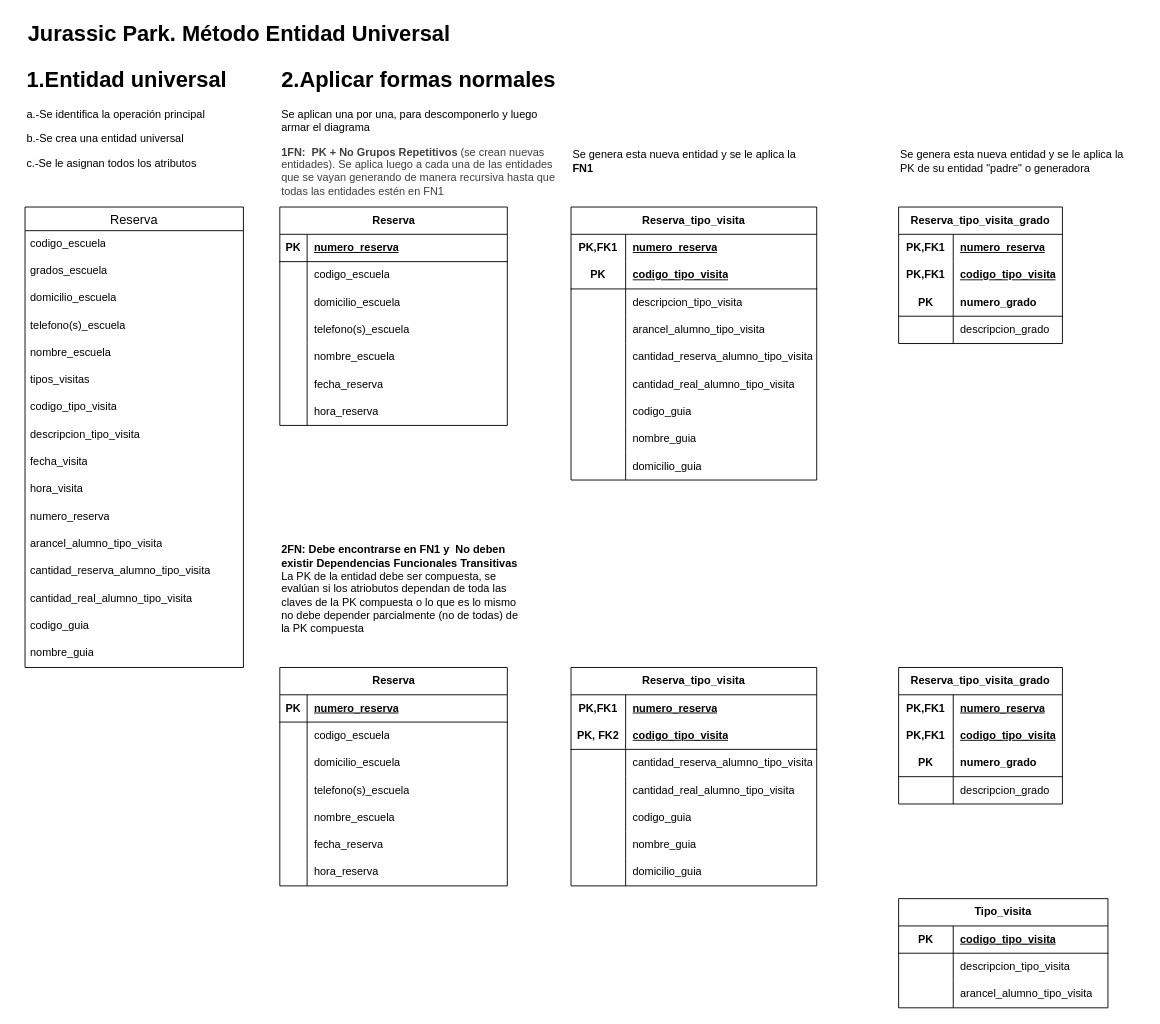
Before: actividades/jurassic.drawio in alexballera/bbdd-tgad-fce, a draw.io diagram. Source tidied: cells renumbered, new cells numbered last; positions are measured from the earlier drawing's top-left corner, leaving out a move shared by most shapes. Both pictures are drawn from the tidied source at 91%, with x=0, y=0 at pixel (15, 15).
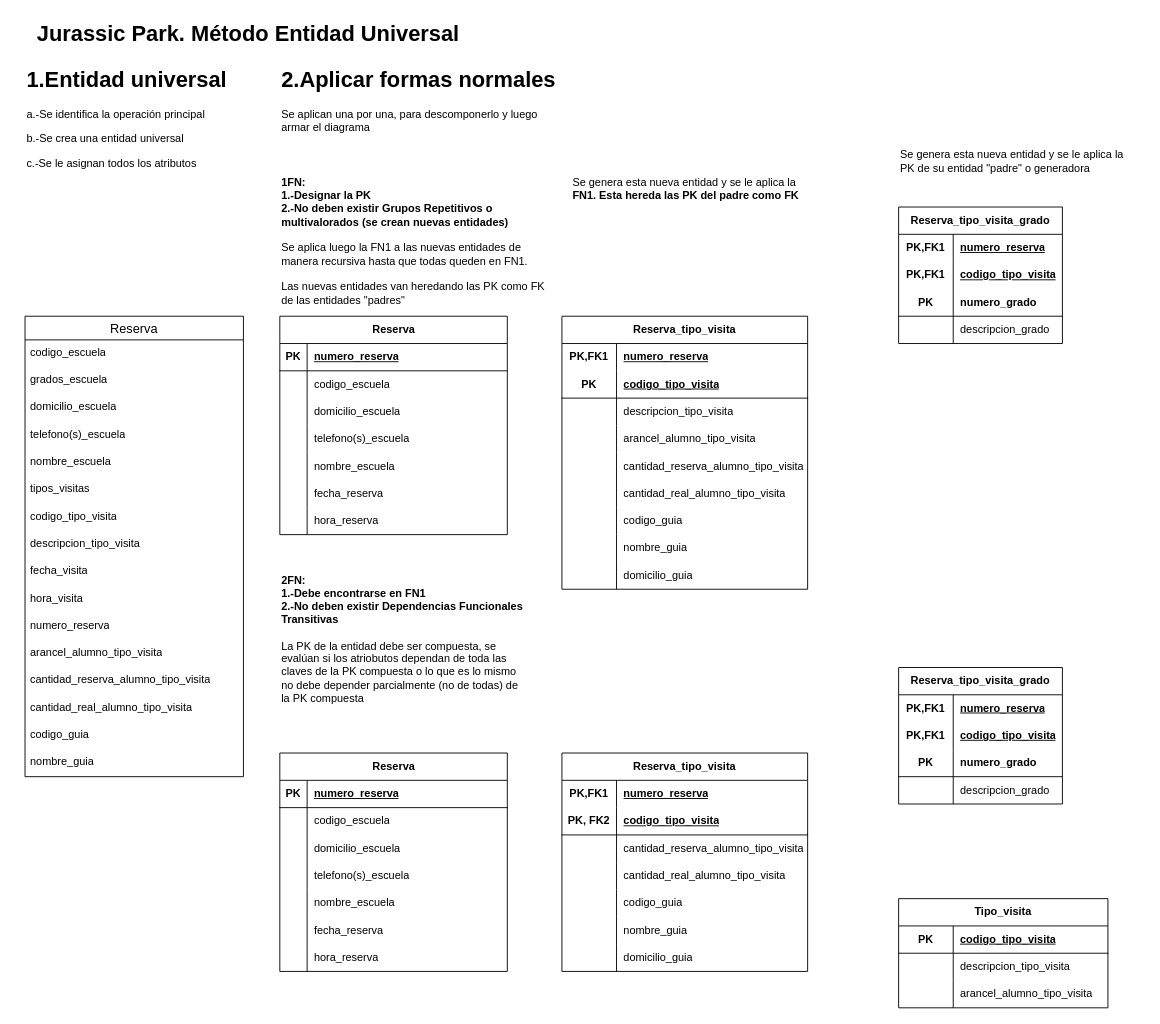
After the change.

Commit message:
Implement feature X to enhance user experience and fix bug Y in module Z

The edit, as a diff of the source:
```diff
@@
     <mxCell id="2" value="Jurassic Park. Método Entidad Universal" style="text;strokeColor=none;fillColor=none;html=1;fontSize=24;fontStyle=1;verticalAlign=middle;align=center;" parent="1" vertex="1">
-      <mxGeometry width="490" height="40" as="geometry" />
+      <mxGeometry x="10" width="490" height="40" as="geometry" />
     </mxCell>
     <mxCell id="3" value="Reserva" style="swimlane;fontStyle=0;horizontal=1;startSize=26;align=center;fontSize=14;" parent="1" vertex="1">
-      <mxGeometry x="10" y="210" width="240" height="506" as="geometry" />
+      <mxGeometry x="10" y="330" width="240" height="506" as="geometry" />
     </mxCell>
@@
-    <mxCell id="23" value="&lt;h1 style=&quot;margin-top: 0px;&quot;&gt;2.Aplicar formas normales&lt;/h1&gt;&lt;p&gt;Se aplican una por una, para descomponerlo y luego armar el diagrama&lt;/p&gt;&lt;p&gt;&lt;b style=&quot;color: rgb(63, 63, 63); background-color: transparent;&quot;&gt;1FN:&amp;nbsp; &lt;/b&gt;&lt;span style=&quot;color: rgb(63, 63, 63); background-color: transparent;&quot;&gt;&lt;b&gt;PK + No Grupos Repetitivos&lt;/b&gt; (se crean nuevas entidades). Se aplica luego a cada una de las entidades que se vayan generando de manera recursiva hasta que todas las entidades estén en FN1&lt;/span&gt;&lt;/p&gt;&lt;p&gt;&lt;br&gt;&lt;/p&gt;" style="text;html=1;whiteSpace=wrap;overflow=hidden;rounded=0;" parent="1" vertex="1">
-      <mxGeometry x="290" y="50" width="310" height="160" as="geometry" />
+    <mxCell id="23" value="&lt;h1 style=&quot;margin-top: 0px;&quot;&gt;2.Aplicar formas normales&lt;/h1&gt;&lt;p&gt;Se aplican una por una, para descomponerlo y luego armar el diagrama&lt;/p&gt;" style="text;html=1;whiteSpace=wrap;overflow=hidden;rounded=0;" parent="1" vertex="1">
+      <mxGeometry x="290" y="50" width="310" height="80" as="geometry" />
     </mxCell>
     <mxCell id="24" value="Reserva" style="shape=table;startSize=30;childLayout=tableLayout;rowLines=0;fontStyle=1;align=center;html=1;" parent="1" vertex="1">
-      <mxGeometry x="290" y="210" width="250" height="240" as="geometry" />
+      <mxGeometry x="290" y="330" width="250" height="240" as="geometry" />
     </mxCell>
@@
     <mxCell id="46" value="Reserva_tipo_visita" style="shape=table;startSize=30;childLayout=tableLayout;rowLines=0;fontStyle=1;align=center;html=1;whiteSpace=wrap;" parent="1" vertex="1">
-      <mxGeometry x="610" y="210" width="270" height="300" as="geometry" />
+      <mxGeometry x="600" y="330" width="270" height="300" as="geometry" />
     </mxCell>
@@
-    <mxCell id="87" value="Se genera esta nueva entidad y se le aplica la&lt;div&gt;&lt;b&gt;FN1&lt;/b&gt;&lt;/div&gt;" style="text;html=1;align=left;verticalAlign=middle;strokeColor=none;fillColor=none;" parent="1" vertex="1">
-      <mxGeometry x="610" y="140" width="270" height="40" as="geometry" />
+    <mxCell id="87" value="Se genera esta nueva entidad y se le aplica la&lt;div&gt;&lt;b&gt;FN1. Esta hereda las PK del padre como FK&lt;/b&gt;&lt;/div&gt;" style="text;html=1;align=left;verticalAlign=middle;strokeColor=none;fillColor=none;" parent="1" vertex="1">
+      <mxGeometry x="610" y="170" width="270" height="40" as="geometry" />
     </mxCell>
@@
-    <mxCell id="89" value="&lt;b&gt;2FN: Debe encontrarse en FN1 y&amp;nbsp; No deben existir Dependencias Funcionales Transitivas&lt;/b&gt;&lt;div&gt;La PK de la entidad debe ser compuesta, se evalúan si los atriobutos dependan de toda las claves de la PK compuesta o lo que es lo mismo no debe depender parcialmente (no de todas) de la PK compuesta&lt;/div&gt;" style="text;html=1;align=left;verticalAlign=middle;whiteSpace=wrap;rounded=0;" parent="1" vertex="1">
-      <mxGeometry x="290" y="570" width="270" height="120" as="geometry" />
+    <mxCell id="89" value="&lt;b&gt;2FN:&lt;/b&gt;&lt;div&gt;&lt;b&gt;1.-Debe encontrarse en FN1&lt;/b&gt;&lt;/div&gt;&lt;div&gt;&lt;b&gt;2.-No deben existir Dependencias Funcionales Transitivas&lt;/b&gt;&lt;/div&gt;&lt;div&gt;&lt;b&gt;&lt;br&gt;&lt;/b&gt;&lt;div&gt;La PK de la entidad debe ser compuesta, se evalúan si los atriobutos dependan de toda las claves de la PK compuesta o lo que es lo mismo no debe depender parcialmente (no de todas) de la PK compuesta&lt;/div&gt;&lt;/div&gt;" style="text;html=1;align=left;verticalAlign=middle;whiteSpace=wrap;rounded=0;" parent="1" vertex="1">
+      <mxGeometry x="290" y="610" width="270" height="150" as="geometry" />
     </mxCell>
     <mxCell id="90" value="Reserva" style="shape=table;startSize=30;childLayout=tableLayout;rowLines=0;fontStyle=1;align=center;html=1;" parent="1" vertex="1">
-      <mxGeometry x="290" y="716" width="250" height="240" as="geometry" />
+      <mxGeometry x="290" y="810" width="250" height="240" as="geometry" />
     </mxCell>
@@
     <mxCell id="112" value="Reserva_tipo_visita" style="shape=table;startSize=30;childLayout=tableLayout;rowLines=0;fontStyle=1;align=center;html=1;whiteSpace=wrap;" parent="1" vertex="1">
-      <mxGeometry x="610" y="716" width="270" height="240" as="geometry" />
+      <mxGeometry x="600" y="810" width="270" height="240" as="geometry" />
     </mxCell>
@@
+    <mxCell id="157" value="&lt;b&gt;1FN:&lt;/b&gt;&lt;div&gt;&lt;b&gt;1.-Designar la PK&lt;/b&gt;&lt;/div&gt;&lt;div&gt;&lt;b&gt;2.-No deben existir Grupos Repetitivos o multivalorados (se crean nuevas entidades)&lt;/b&gt;&lt;/div&gt;&lt;div&gt;&lt;b&gt;&lt;br&gt;&lt;/b&gt;&lt;div&gt;Se aplica luego la FN1 a las nuevas entidades de manera recursiva hasta que todas queden en FN1.&lt;/div&gt;&lt;/div&gt;&lt;div&gt;&lt;br&gt;&lt;/div&gt;&lt;div&gt;Las nuevas entidades van heredando las PK como FK de las entidades &quot;padres&quot;&lt;/div&gt;&lt;div&gt;&lt;br&gt;&lt;/div&gt;" style="text;html=1;align=left;verticalAlign=middle;whiteSpace=wrap;rounded=0;" parent="1" vertex="1">
+      <mxGeometry x="290" y="170" width="300" height="170" as="geometry" />
+    </mxCell>
```
